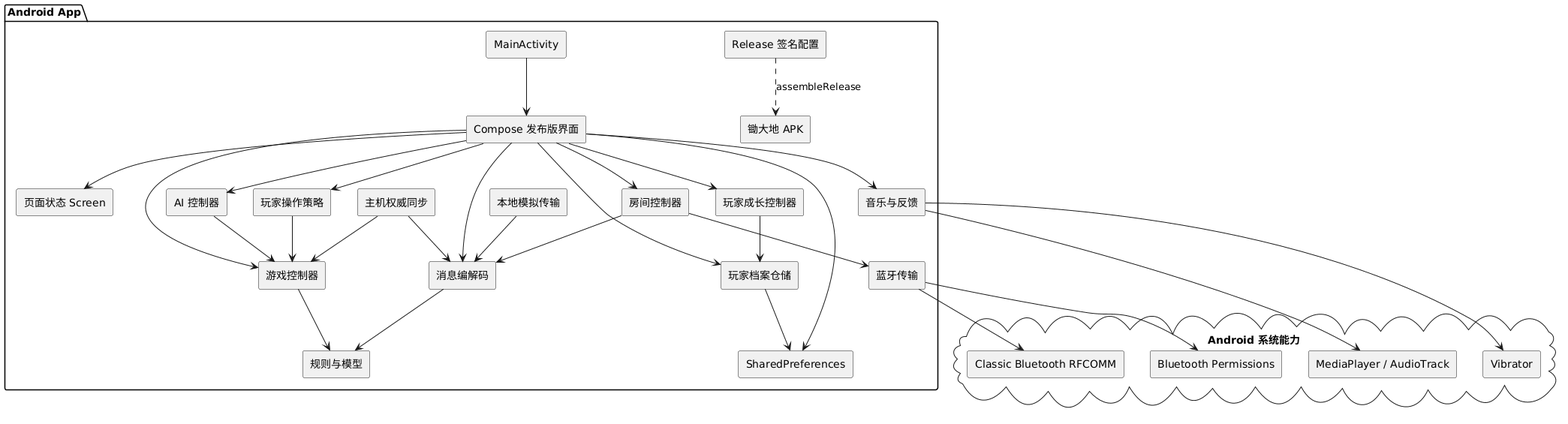
Before: docs/uml/component_diagram.png, a diagram exported from PlantUML (Mojieeee/uml_chudadi).
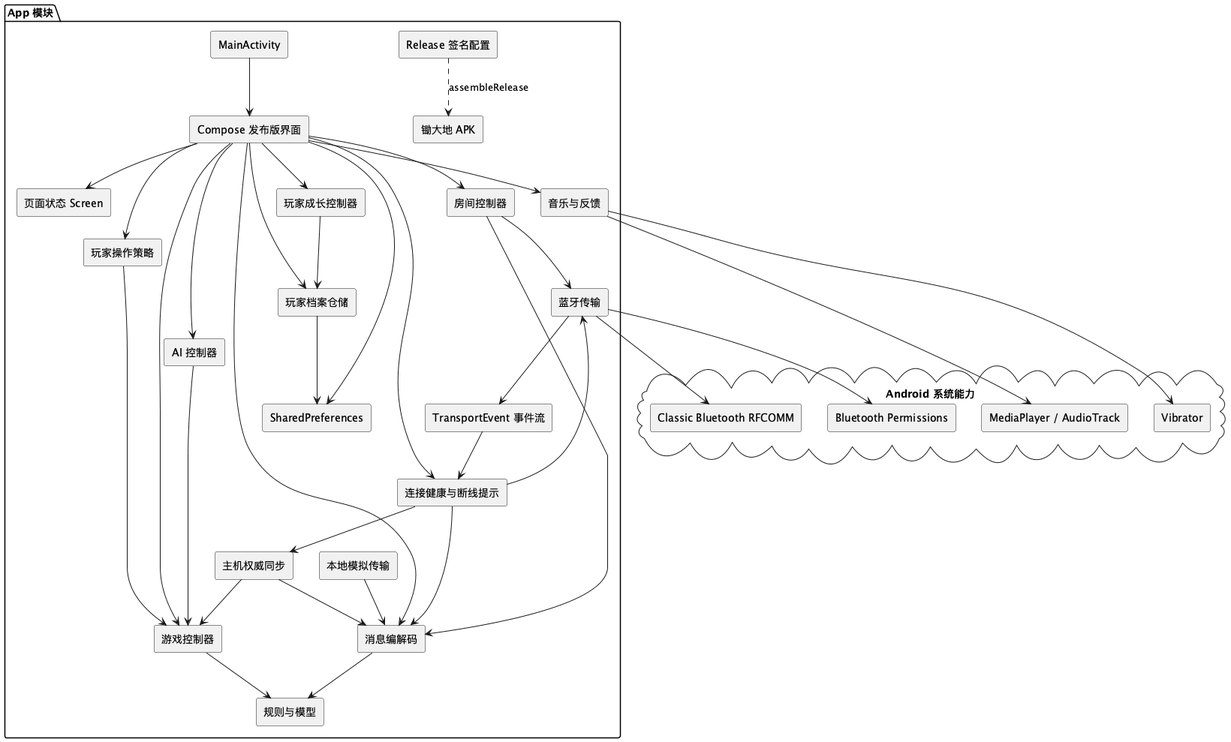
The same diagram one commit later.

Diff of the diagram source:
```diff
@@ -1,7 +1,7 @@
 @startuml
 skinparam componentStyle rectangle
 
-package "Android App" {
+package "App 模块" {
   [MainActivity]
   [Compose 发布版界面]
   [页面状态 Screen]
@@ -15,6 +15,8 @@
   [规则与模型]
   [消息编解码]
   [主机权威同步]
+  [连接健康与断线提示]
+  [TransportEvent 事件流]
   [蓝牙传输]
   [本地模拟传输]
   [SharedPreferences]
@@ -38,6 +40,7 @@
 [Compose 发布版界面] --> [玩家成长控制器]
 [Compose 发布版界面] --> [玩家档案仓储]
 [Compose 发布版界面] --> [消息编解码]
+[Compose 发布版界面] --> [连接健康与断线提示]
 [Compose 发布版界面] --> [音乐与反馈]
 [Compose 发布版界面] --> [SharedPreferences]
 
@@ -51,6 +54,11 @@
 [消息编解码] --> [规则与模型]
 [主机权威同步] --> [游戏控制器]
 [主机权威同步] --> [消息编解码]
+[连接健康与断线提示] --> [主机权威同步]
+[连接健康与断线提示] --> [消息编解码]
+[连接健康与断线提示] --> [蓝牙传输]
+[蓝牙传输] --> [TransportEvent 事件流]
+[TransportEvent 事件流] --> [连接健康与断线提示]
 [蓝牙传输] --> [Classic Bluetooth RFCOMM]
 [蓝牙传输] --> [Bluetooth Permissions]
 [本地模拟传输] --> [消息编解码]
```
